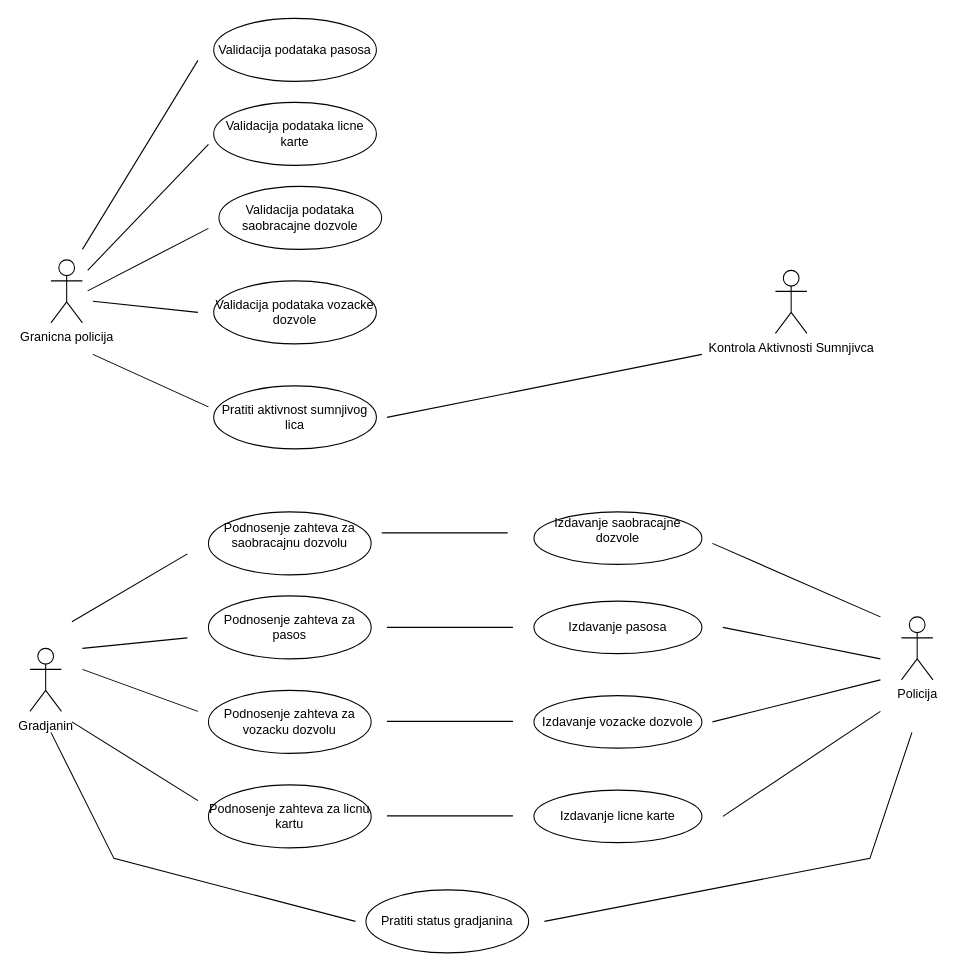
Earlier version of the draw.io diagram kt1/MUP gradjani - use case.drawio (markoceran/eUprava). Source tidied: cells renumbered, new cells numbered last; positions are measured from the earlier drawing's top-left corner, leaving out a move shared by most shapes. Both pictures are drawn from the tidied source at 105%, with x=0, y=0 at pixel (29, 18).
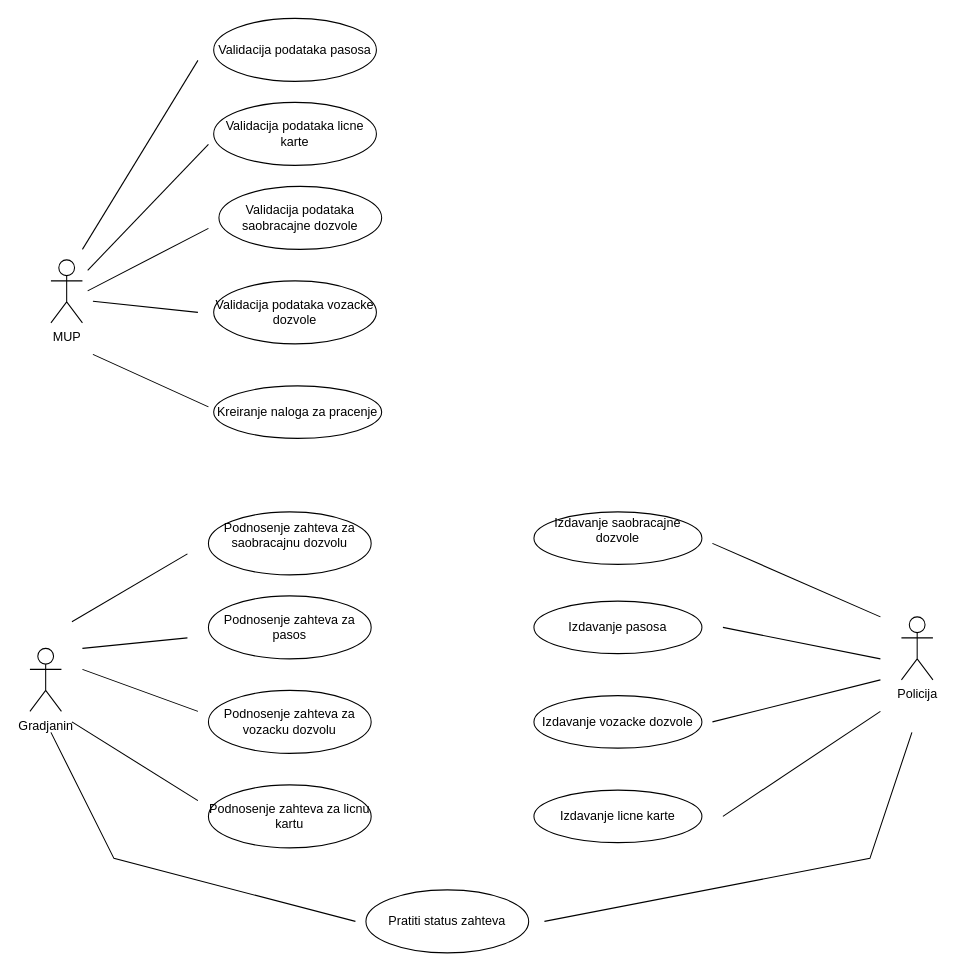
After the change.

Commit message (it also covers changes not shown here):
MUP Gradjani

What changed in the source:
```diff
@@
-    <mxCell id="4" value="Granicna policija&lt;div&gt;&lt;br&gt;&lt;/div&gt;" style="shape=umlActor;verticalLabelPosition=bottom;verticalAlign=top;html=1;" parent="1" vertex="1">
+    <mxCell id="4" value="&lt;div&gt;MUP&lt;/div&gt;" style="shape=umlActor;verticalLabelPosition=bottom;verticalAlign=top;html=1;" parent="1" vertex="1">
       <mxGeometry x="20" y="230" width="30" height="60" as="geometry" />
     </mxCell>
-    <mxCell id="5" value="Kontrola Aktivnosti Sumnjivca" style="shape=umlActor;verticalLabelPosition=bottom;verticalAlign=top;html=1;" parent="1" vertex="1">
-      <mxGeometry x="710" y="240" width="30" height="60" as="geometry" />
-    </mxCell>
@@
-    <mxCell id="8" style="endArrow=none;html=1;rounded=0;" parent="1" edge="1">
-      <mxGeometry relative="1" as="geometry">
-        <mxPoint x="335" y="490" as="sourcePoint" />
-        <mxPoint x="455" y="490" as="targetPoint" />
-      </mxGeometry>
-    </mxCell>
@@
-    <mxCell id="16" style="endArrow=none;html=1;rounded=0;" parent="1" edge="1">
-      <mxGeometry relative="1" as="geometry">
-        <mxPoint x="340" y="669.5" as="sourcePoint" />
-        <mxPoint x="460" y="669.5" as="targetPoint" />
-      </mxGeometry>
-    </mxCell>
-    <mxCell id="17" style="endArrow=none;html=1;rounded=0;" parent="1" edge="1">
-      <mxGeometry relative="1" as="geometry">
-        <mxPoint x="340" y="759.5" as="sourcePoint" />
-        <mxPoint x="460" y="759.5" as="targetPoint" />
-      </mxGeometry>
-    </mxCell>
-    <mxCell id="18" style="endArrow=none;html=1;rounded=0;" parent="1" edge="1">
-      <mxGeometry relative="1" as="geometry">
-        <mxPoint x="340" y="580" as="sourcePoint" />
-        <mxPoint x="460" y="580" as="targetPoint" />
-      </mxGeometry>
-    </mxCell>
@@
-    <mxCell id="26" value="Pratiti status gradjanina" style="ellipse;whiteSpace=wrap;html=1;" parent="1" vertex="1">
+    <mxCell id="26" value="Pratiti status zahteva" style="ellipse;whiteSpace=wrap;html=1;" parent="1" vertex="1">
       <mxGeometry x="320" y="830" width="155" height="60" as="geometry" />
     </mxCell>
@@
-    <mxCell id="33" value="&lt;div&gt;Pratiti aktivnost sumnjivog lica&lt;/div&gt;" style="ellipse;whiteSpace=wrap;html=1;" parent="1" vertex="1">
-      <mxGeometry x="175" y="350" width="155" height="60" as="geometry" />
-    </mxCell>
@@
-    <mxCell id="39" style="endArrow=none;html=1;rounded=0;" parent="1" edge="1">
-      <mxGeometry relative="1" as="geometry">
-        <mxPoint x="340" y="380" as="sourcePoint" />
-        <mxPoint x="640" y="320" as="targetPoint" />
-      </mxGeometry>
-    </mxCell>
+    <mxCell id="40" value="&lt;div&gt;Kreiranje naloga za pracenje&lt;/div&gt;" style="ellipse;whiteSpace=wrap;html=1;" parent="1" vertex="1">
+      <mxGeometry x="175" y="350" width="160" height="50" as="geometry" />
+    </mxCell>
```
